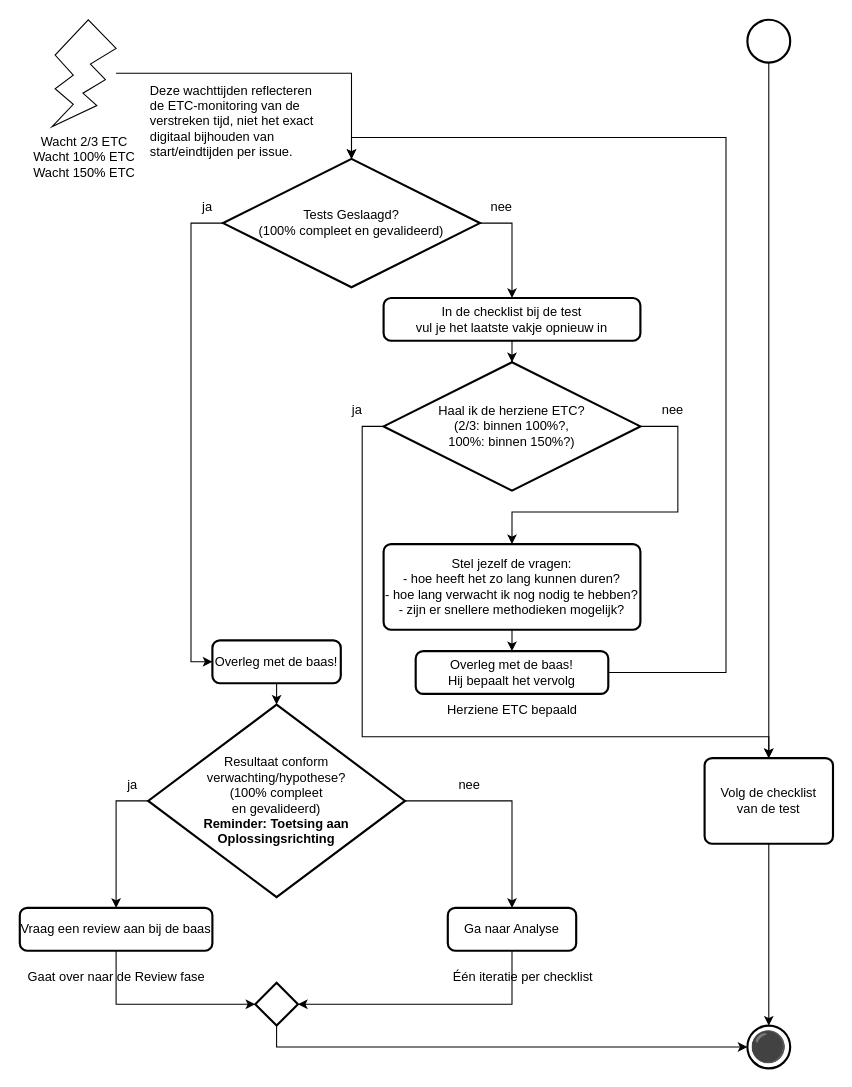
Zaibatsu89/IssueTracker keeps this draw.io diagram as 5 Issue Tracker test.drawio. Above is the earlier version. Source tidied: cells renumbered, new cells numbered last; positions are measured from the earlier drawing's top-left corner, leaving out a move shared by most shapes. Both pictures are drawn from the tidied source at 107%, with x=0, y=0 at pixel (19, 19).
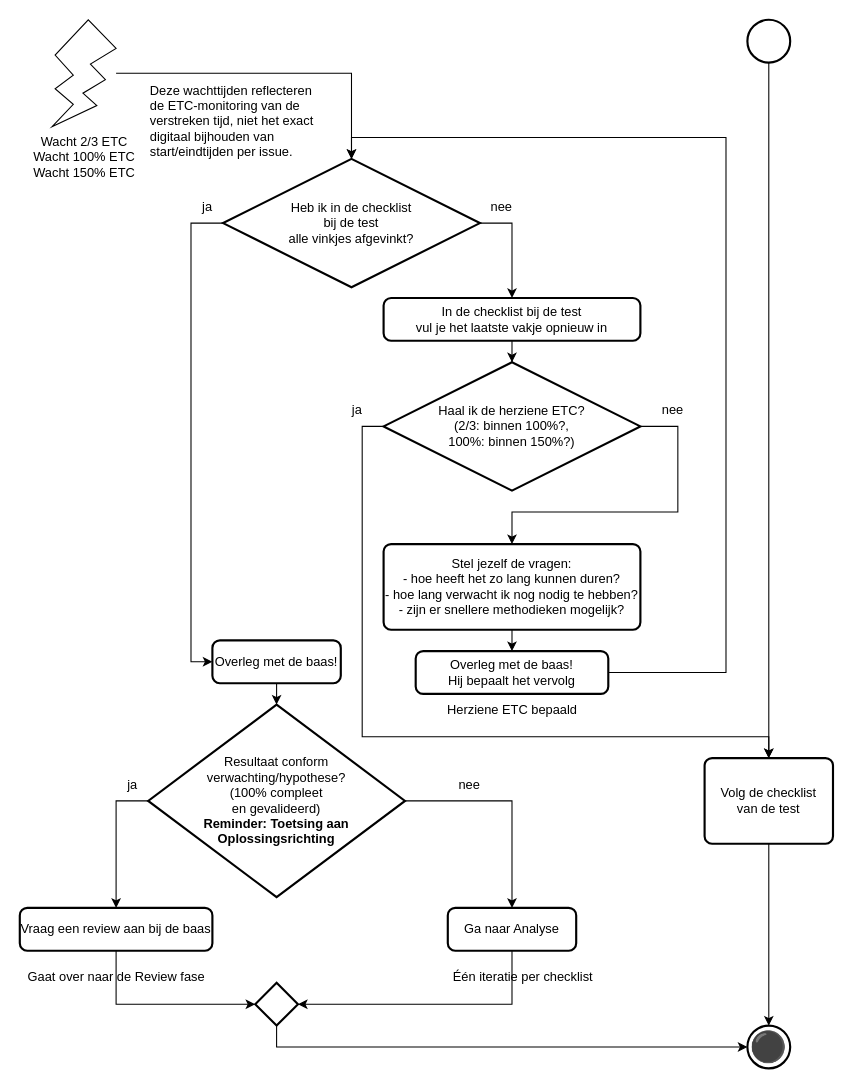
Above is the later version.

Commit message (it also covers changes not shown here):
"Heb ik alle vinkjes volgens de checklist van de analyse afgevinkt?" in analyse flowchart, i.p.v. "Conclusie: ..."

Diff of the diagram source:
```diff
@@
-    <mxCell id="7" value="Tests Geslaagd?&lt;br&gt;(100% compleet en gevalideerd)" style="strokeWidth=2;html=1;shape=mxgraph.flowchart.decision;whiteSpace=wrap;" parent="1" vertex="1">
+    <mxCell id="7" value="Heb ik in de checklist&lt;br&gt;bij de test&lt;br&gt;alle vinkjes afgevinkt?" style="strokeWidth=2;html=1;shape=mxgraph.flowchart.decision;whiteSpace=wrap;" parent="1" vertex="1">
       <mxGeometry x="190" y="130" width="240" height="120" as="geometry" />
     </mxCell>
```
